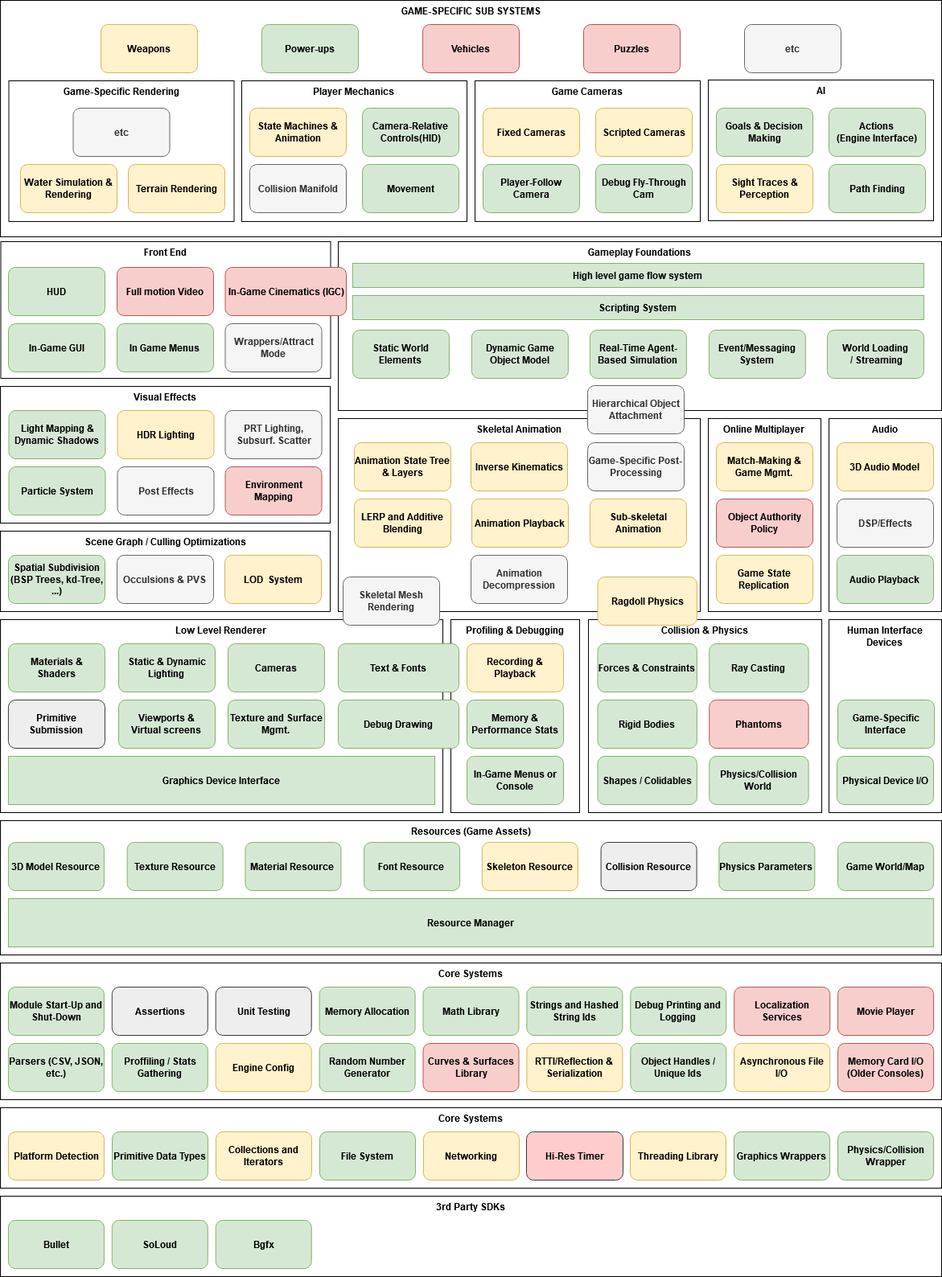
Earlier version of the draw.io export Milestone1/Group-B-structure.png (MarqusJonsson/D7049E). Source tidied: cells renumbered, new cells last; positions are measured from the earlier drawing's top-left corner, leaving out a move shared by most shapes.
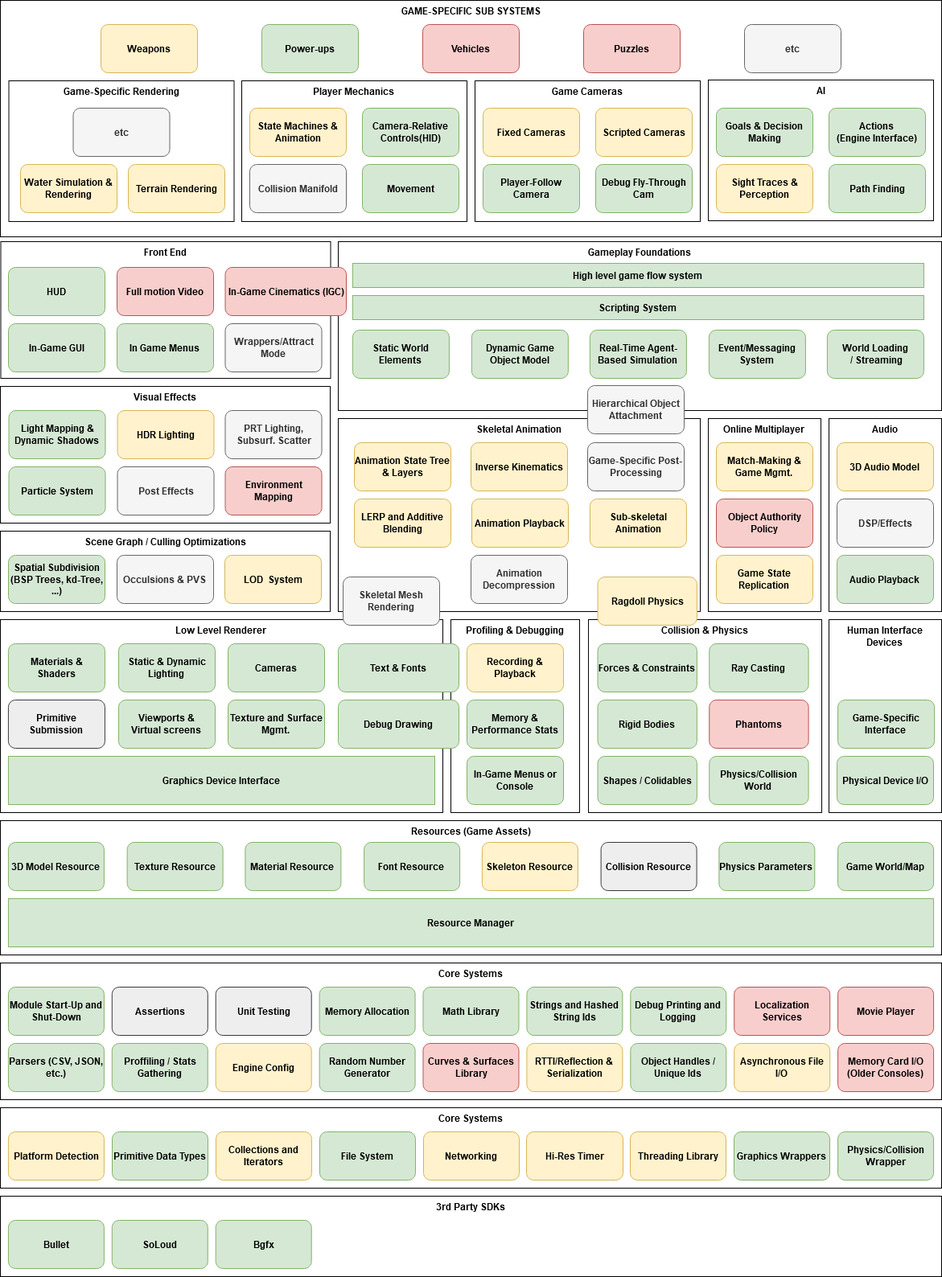
Above is the later version.

The edit, as a diff of the source:
```diff
@@ -257,7 +257,7 @@
     <mxCell id="82" value="Networking" style="rounded=1;whiteSpace=wrap;html=1;fontStyle=1;fillColor=#fff2cc;strokeColor=#d6b656;" parent="1" vertex="1">
       <mxGeometry x="526" y="1407" width="119" height="60" as="geometry" />
     </mxCell>
-    <mxCell id="83" value="Hi-Res Timer" style="rounded=1;whiteSpace=wrap;html=1;fontStyle=1;fillColor=#ffcccc;strokeColor=#36393d;direction=south;" parent="1" vertex="1">
+    <mxCell id="83" value="Hi-Res Timer" style="rounded=1;whiteSpace=wrap;html=1;fontStyle=1;fillColor=#fff2cc;strokeColor=#d6b656;direction=south;" parent="1" vertex="1">
       <mxGeometry x="654" y="1407" width="120" height="60" as="geometry" />
     </mxCell>
     <mxCell id="84" value="Graphics Wrappers" style="rounded=1;whiteSpace=wrap;html=1;fontStyle=1;fillColor=#d5e8d4;strokeColor=#82b366;" parent="1" vertex="1">
```
